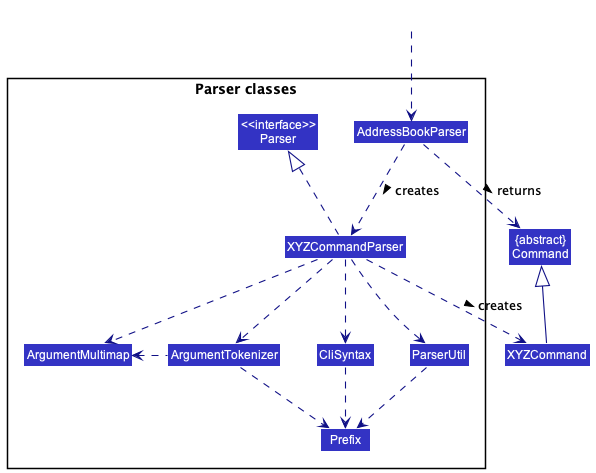
Above: docs/images/ParserClasses.png in nus-cs2103-AY2223S1/tp (PlantUML), before the change.
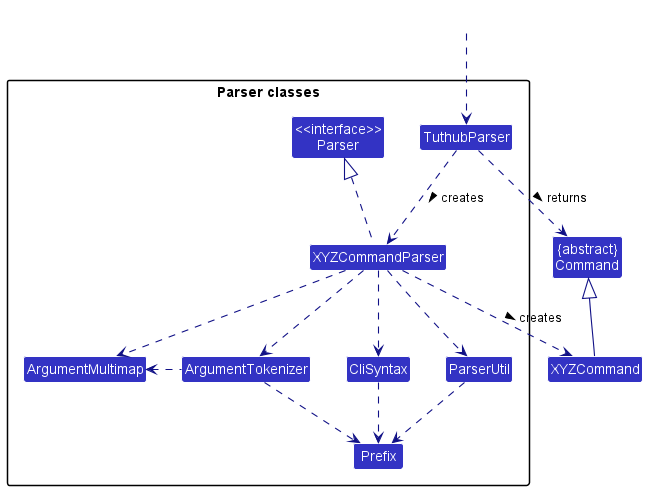
After the change.

Commit message:
Refactor `ParserClasses` to remove traces of AddressBook

The edit, as a diff of the source:
```diff
@@ -9,7 +9,7 @@
 
 package "Parser classes"{
 Class "<<interface>>\nParser" as Parser
-Class AddressBookParser
+Class TuthubParser
 Class XYZCommandParser
 Class CliSyntax
 Class ParserUtil
@@ -19,12 +19,12 @@
 }
 
 Class HiddenOutside #FFFFFF
-HiddenOutside ..> AddressBookParser
+HiddenOutside ..> TuthubParser
 
-AddressBookParser .down.> XYZCommandParser: creates >
+TuthubParser .down.> XYZCommandParser: creates >
 
 XYZCommandParser ..> XYZCommand : creates >
-AddressBookParser ..> Command : returns >
+TuthubParser ..> Command : returns >
 XYZCommandParser .up.|> Parser
 XYZCommandParser ..> ArgumentMultimap
 XYZCommandParser ..> ArgumentTokenizer
```
